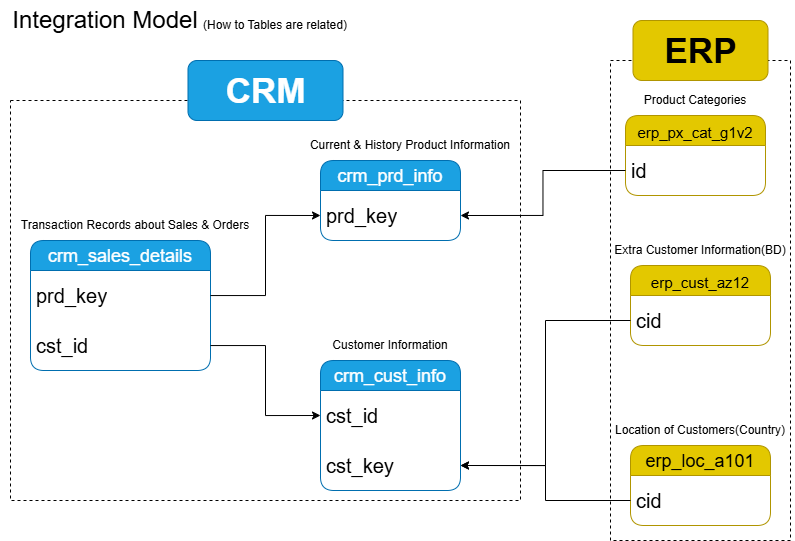
Earlier version of the draw.io export docs/Integration Modil.png (a7med-hatem/sql-data-warehouse-project). Source tidied: cells renumbered, new cells last; positions are measured from the earlier drawing's top-left corner, leaving out a move shared by most shapes. The source it was exported from:
```xml
<mxGraphModel>
  <root>
    <mxCell id="0" />
    <mxCell id="1" parent="0" />
    <mxCell id="2" value="Integration Model" style="text;html=1;whiteSpace=wrap;strokeColor=none;fillColor=none;align=center;verticalAlign=middle;rounded=0;fontSize=24;" parent="1" vertex="1">
      <mxGeometry width="210" height="40" as="geometry" />
    </mxCell>
    <mxCell id="3" value="(How to Tables are related)" style="text;html=1;whiteSpace=wrap;strokeColor=none;fillColor=none;align=center;verticalAlign=middle;rounded=0;" parent="1" vertex="1">
      <mxGeometry x="190" y="10" width="170" height="30" as="geometry" />
    </mxCell>
    <mxCell id="4" value="&lt;font style=&quot;font-size: 18px;&quot;&gt;crm_cust_info&lt;/font&gt;" style="swimlane;fontStyle=0;horizontal=1;startSize=30;whiteSpace=wrap;html=1;fillColor=#1ba1e2;fontColor=#ffffff;strokeColor=#006EAF;fontSize=20;rounded=1;" parent="1" vertex="1">
      <mxGeometry x="320" y="360" width="140" height="130" as="geometry" />
    </mxCell>
    <mxCell id="5" value="cst_id" style="text;strokeColor=none;fillColor=none;align=left;verticalAlign=middle;spacingLeft=4;spacingRight=4;overflow=hidden;points=[[0,0.5],[1,0.5]];portConstraint=eastwest;whiteSpace=wrap;html=1;fontSize=20;rounded=1;" parent="4" vertex="1">
      <mxGeometry y="30" width="140" height="50" as="geometry" />
    </mxCell>
    <mxCell id="6" value="cst_key" style="text;strokeColor=none;fillColor=none;align=left;verticalAlign=middle;spacingLeft=4;spacingRight=4;overflow=hidden;points=[[0,0.5],[1,0.5]];portConstraint=eastwest;whiteSpace=wrap;html=1;fontSize=20;rounded=1;" parent="4" vertex="1">
      <mxGeometry y="80" width="140" height="50" as="geometry" />
    </mxCell>
    <mxCell id="7" value="Customer Information" style="text;html=1;whiteSpace=wrap;strokeColor=none;fillColor=none;align=center;verticalAlign=middle;rounded=0;" parent="1" vertex="1">
      <mxGeometry x="320" y="330" width="140" height="30" as="geometry" />
    </mxCell>
    <mxCell id="8" value="&lt;font style=&quot;font-size: 18px;&quot;&gt;crm_prd_info&lt;/font&gt;" style="swimlane;fontStyle=0;horizontal=1;startSize=30;whiteSpace=wrap;html=1;fillColor=#1ba1e2;fontColor=#ffffff;strokeColor=#006EAF;fontSize=20;rounded=1;" parent="1" vertex="1">
      <mxGeometry x="320" y="160" width="140" height="80" as="geometry" />
    </mxCell>
    <mxCell id="9" value="prd_key" style="text;strokeColor=none;fillColor=none;align=left;verticalAlign=middle;spacingLeft=4;spacingRight=4;overflow=hidden;points=[[0,0.5],[1,0.5]];portConstraint=eastwest;whiteSpace=wrap;html=1;fontSize=20;rounded=1;" parent="8" vertex="1">
      <mxGeometry y="30" width="140" height="50" as="geometry" />
    </mxCell>
    <mxCell id="10" value="Current &amp;amp; History Product Information" style="text;html=1;whiteSpace=wrap;strokeColor=none;fillColor=none;align=center;verticalAlign=middle;rounded=0;" parent="1" vertex="1">
      <mxGeometry x="300" y="130" width="220" height="30" as="geometry" />
    </mxCell>
    <mxCell id="11" value="&lt;font style=&quot;font-size: 18px;&quot;&gt;crm_sales_details&lt;/font&gt;" style="swimlane;fontStyle=0;horizontal=1;startSize=30;whiteSpace=wrap;html=1;fillColor=#1ba1e2;fontColor=#ffffff;strokeColor=#006EAF;fontSize=20;rounded=1;" parent="1" vertex="1">
      <mxGeometry x="30" y="240" width="180" height="130" as="geometry" />
    </mxCell>
    <mxCell id="12" value="prd_key" style="text;strokeColor=none;fillColor=none;align=left;verticalAlign=middle;spacingLeft=4;spacingRight=4;overflow=hidden;points=[[0,0.5],[1,0.5]];portConstraint=eastwest;whiteSpace=wrap;html=1;fontSize=20;rounded=1;" parent="11" vertex="1">
      <mxGeometry y="30" width="180" height="50" as="geometry" />
    </mxCell>
    <mxCell id="13" value="cst_id" style="text;strokeColor=none;fillColor=none;align=left;verticalAlign=middle;spacingLeft=4;spacingRight=4;overflow=hidden;points=[[0,0.5],[1,0.5]];portConstraint=eastwest;whiteSpace=wrap;html=1;fontSize=20;rounded=1;" parent="11" vertex="1">
      <mxGeometry y="80" width="180" height="50" as="geometry" />
    </mxCell>
    <mxCell id="14" value="Transaction Records about Sales &amp;amp; Orders" style="text;html=1;whiteSpace=wrap;strokeColor=none;fillColor=none;align=center;verticalAlign=middle;rounded=0;" parent="1" vertex="1">
      <mxGeometry x="10" y="210" width="250" height="30" as="geometry" />
    </mxCell>
    <mxCell id="15" style="edgeStyle=orthogonalEdgeStyle;rounded=0;jettySize=auto;html=1;entryX=0;entryY=0.5;entryDx=0;entryDy=0;" parent="1" edge="1" source="13" target="5">
      <mxGeometry relative="1" as="geometry" />
    </mxCell>
    <mxCell id="16" style="edgeStyle=orthogonalEdgeStyle;rounded=0;jettySize=auto;html=1;entryX=0;entryY=0.5;entryDx=0;entryDy=0;" parent="1" edge="1" source="12" target="9">
      <mxGeometry relative="1" as="geometry" />
    </mxCell>
    <mxCell id="17" value="&lt;font style=&quot;font-size: 15px;&quot;&gt;erp_cust_az12&lt;/font&gt;" style="swimlane;fontStyle=0;horizontal=1;startSize=30;whiteSpace=wrap;html=1;fillColor=#e3c800;strokeColor=light-dark(#B09500,#E7C800);fontSize=20;rounded=1;fontColor=#000000;" parent="1" vertex="1">
      <mxGeometry x="630" y="265" width="140" height="80" as="geometry" />
    </mxCell>
    <mxCell id="18" value="cid" style="text;strokeColor=none;fillColor=none;align=left;verticalAlign=middle;spacingLeft=4;spacingRight=4;overflow=hidden;points=[[0,0.5],[1,0.5]];portConstraint=eastwest;whiteSpace=wrap;html=1;fontSize=20;rounded=1;" parent="17" vertex="1">
      <mxGeometry y="30" width="140" height="50" as="geometry" />
    </mxCell>
    <mxCell id="19" value="Extra Customer Information(BD)" style="text;html=1;whiteSpace=wrap;strokeColor=none;fillColor=none;align=center;verticalAlign=middle;rounded=0;" parent="1" vertex="1">
      <mxGeometry x="605" y="235" width="190" height="30" as="geometry" />
    </mxCell>
    <mxCell id="20" style="edgeStyle=orthogonalEdgeStyle;rounded=0;jettySize=auto;html=1;entryX=1;entryY=0.5;entryDx=0;entryDy=0;" parent="1" edge="1" source="18" target="6">
      <mxGeometry relative="1" as="geometry" />
    </mxCell>
    <mxCell id="21" value="&lt;font style=&quot;font-size: 18px;&quot;&gt;erp_loc_a101&lt;/font&gt;" style="swimlane;fontStyle=0;horizontal=1;startSize=30;whiteSpace=wrap;html=1;fillColor=#e3c800;strokeColor=light-dark(#B09500,#E7C800);fontSize=20;rounded=1;fontColor=#000000;" parent="1" vertex="1">
      <mxGeometry x="630" y="445" width="140" height="80" as="geometry" />
    </mxCell>
    <mxCell id="22" value="cid" style="text;strokeColor=none;fillColor=none;align=left;verticalAlign=middle;spacingLeft=4;spacingRight=4;overflow=hidden;points=[[0,0.5],[1,0.5]];portConstraint=eastwest;whiteSpace=wrap;html=1;fontSize=20;rounded=1;" parent="21" vertex="1">
      <mxGeometry y="30" width="140" height="50" as="geometry" />
    </mxCell>
    <mxCell id="23" style="edgeStyle=orthogonalEdgeStyle;rounded=0;jettySize=auto;html=1;entryX=1;entryY=0.5;entryDx=0;entryDy=0;" parent="1" edge="1" source="22" target="6">
      <mxGeometry relative="1" as="geometry" />
    </mxCell>
    <mxCell id="24" value="Location of Customers(Country)" style="text;html=1;whiteSpace=wrap;strokeColor=none;fillColor=none;align=center;verticalAlign=middle;rounded=0;" parent="1" vertex="1">
      <mxGeometry x="605" y="415" width="190" height="30" as="geometry" />
    </mxCell>
    <mxCell id="25" value="&lt;font style=&quot;font-size: 15px;&quot;&gt;erp_px_cat_g1v2&lt;/font&gt;" style="swimlane;fontStyle=0;horizontal=1;startSize=30;whiteSpace=wrap;html=1;fillColor=#e3c800;strokeColor=light-dark(#B09500,#E7C800);fontSize=20;rounded=1;fontColor=#000000;" parent="1" vertex="1">
      <mxGeometry x="625" y="115" width="140" height="80" as="geometry" />
    </mxCell>
    <mxCell id="26" value="id" style="text;strokeColor=none;fillColor=none;align=left;verticalAlign=middle;spacingLeft=4;spacingRight=4;overflow=hidden;points=[[0,0.5],[1,0.5]];portConstraint=eastwest;whiteSpace=wrap;html=1;fontSize=20;rounded=1;" parent="25" vertex="1">
      <mxGeometry y="30" width="140" height="50" as="geometry" />
    </mxCell>
    <mxCell id="27" value="Product Categories" style="text;html=1;whiteSpace=wrap;strokeColor=none;fillColor=none;align=center;verticalAlign=middle;rounded=0;" parent="1" vertex="1">
      <mxGeometry x="630" y="85" width="130" height="30" as="geometry" />
    </mxCell>
    <mxCell id="28" style="edgeStyle=orthogonalEdgeStyle;rounded=0;jettySize=auto;html=1;entryX=1;entryY=0.5;entryDx=0;entryDy=0;" parent="1" edge="1" source="26" target="9">
      <mxGeometry relative="1" as="geometry" />
    </mxCell>
    <mxCell id="29" style="rounded=0;whiteSpace=wrap;html=1;fillColor=none;dashed=1;" parent="1" vertex="1">
      <mxGeometry x="10" y="100" width="510" height="400" as="geometry" />
    </mxCell>
    <mxCell id="30" value="CRM" style="rounded=1;whiteSpace=wrap;html=1;fontStyle=1;fontSize=35;fillColor=#1ba1e2;strokeColor=#006EAF;fontColor=#ffffff;" parent="1" vertex="1">
      <mxGeometry x="187.5" y="60" width="155" height="60" as="geometry" />
    </mxCell>
    <mxCell id="31" style="rounded=0;whiteSpace=wrap;html=1;fillColor=none;dashed=1;" parent="1" vertex="1">
      <mxGeometry x="610" y="60" width="180" height="480" as="geometry" />
    </mxCell>
    <mxCell id="32" value="ERP" style="rounded=1;whiteSpace=wrap;html=1;fontStyle=1;fontSize=35;fillColor=#e3c800;fontColor=#000000;strokeColor=#B09500;" parent="1" vertex="1">
      <mxGeometry x="632.5" y="20" width="135" height="60" as="geometry" />
    </mxCell>
  </root>
</mxGraphModel>
```
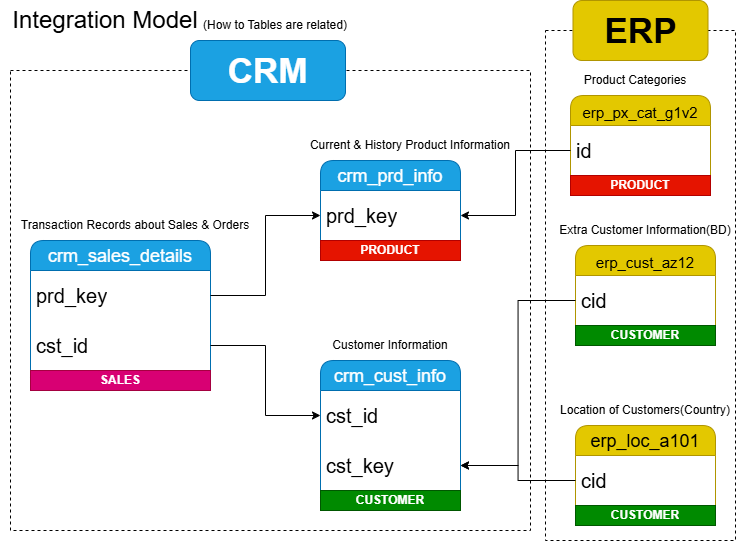
Above is the later version.

Commit message:
Integration Modil Done

Diff of the diagram source:
```diff
@@ -9,7 +9,7 @@
       <mxGeometry x="190" y="10" width="170" height="30" as="geometry" />
     </mxCell>
     <mxCell id="4" value="&lt;font style=&quot;font-size: 18px;&quot;&gt;crm_cust_info&lt;/font&gt;" style="swimlane;fontStyle=0;horizontal=1;startSize=30;whiteSpace=wrap;html=1;fillColor=#1ba1e2;fontColor=#ffffff;strokeColor=#006EAF;fontSize=20;rounded=1;" parent="1" vertex="1">
-      <mxGeometry x="320" y="360" width="140" height="130" as="geometry" />
+      <mxGeometry x="320" y="360" width="140" height="150" as="geometry" />
     </mxCell>
     <mxCell id="5" value="cst_id" style="text;strokeColor=none;fillColor=none;align=left;verticalAlign=middle;spacingLeft=4;spacingRight=4;overflow=hidden;points=[[0,0.5],[1,0.5]];portConstraint=eastwest;whiteSpace=wrap;html=1;fontSize=20;rounded=1;" parent="4" vertex="1">
       <mxGeometry y="30" width="140" height="50" as="geometry" />
@@ -17,20 +17,26 @@
     <mxCell id="6" value="cst_key" style="text;strokeColor=none;fillColor=none;align=left;verticalAlign=middle;spacingLeft=4;spacingRight=4;overflow=hidden;points=[[0,0.5],[1,0.5]];portConstraint=eastwest;whiteSpace=wrap;html=1;fontSize=20;rounded=1;" parent="4" vertex="1">
       <mxGeometry y="80" width="140" height="50" as="geometry" />
     </mxCell>
+    <mxCell id="33" value="CUSTOMER" style="text;html=1;strokeColor=#005700;fillColor=#008a00;align=center;verticalAlign=middle;whiteSpace=wrap;overflow=hidden;fontStyle=1;fontColor=#ffffff;" parent="4" vertex="1">
+      <mxGeometry y="130" width="140" height="20" as="geometry" />
+    </mxCell>
     <mxCell id="7" value="Customer Information" style="text;html=1;whiteSpace=wrap;strokeColor=none;fillColor=none;align=center;verticalAlign=middle;rounded=0;" parent="1" vertex="1">
       <mxGeometry x="320" y="330" width="140" height="30" as="geometry" />
     </mxCell>
     <mxCell id="8" value="&lt;font style=&quot;font-size: 18px;&quot;&gt;crm_prd_info&lt;/font&gt;" style="swimlane;fontStyle=0;horizontal=1;startSize=30;whiteSpace=wrap;html=1;fillColor=#1ba1e2;fontColor=#ffffff;strokeColor=#006EAF;fontSize=20;rounded=1;" parent="1" vertex="1">
-      <mxGeometry x="320" y="160" width="140" height="80" as="geometry" />
+      <mxGeometry x="320" y="160" width="140" height="100" as="geometry" />
     </mxCell>
     <mxCell id="9" value="prd_key" style="text;strokeColor=none;fillColor=none;align=left;verticalAlign=middle;spacingLeft=4;spacingRight=4;overflow=hidden;points=[[0,0.5],[1,0.5]];portConstraint=eastwest;whiteSpace=wrap;html=1;fontSize=20;rounded=1;" parent="8" vertex="1">
       <mxGeometry y="30" width="140" height="50" as="geometry" />
     </mxCell>
+    <mxCell id="34" value="PRODUCT" style="text;html=1;strokeColor=#B20000;fillColor=#e51400;align=center;verticalAlign=middle;whiteSpace=wrap;overflow=hidden;fontColor=#ffffff;fontStyle=1;" parent="8" vertex="1">
+      <mxGeometry y="80" width="140" height="20" as="geometry" />
+    </mxCell>
     <mxCell id="10" value="Current &amp;amp; History Product Information" style="text;html=1;whiteSpace=wrap;strokeColor=none;fillColor=none;align=center;verticalAlign=middle;rounded=0;" parent="1" vertex="1">
       <mxGeometry x="300" y="130" width="220" height="30" as="geometry" />
     </mxCell>
     <mxCell id="11" value="&lt;font style=&quot;font-size: 18px;&quot;&gt;crm_sales_details&lt;/font&gt;" style="swimlane;fontStyle=0;horizontal=1;startSize=30;whiteSpace=wrap;html=1;fillColor=#1ba1e2;fontColor=#ffffff;strokeColor=#006EAF;fontSize=20;rounded=1;" parent="1" vertex="1">
-      <mxGeometry x="30" y="240" width="180" height="130" as="geometry" />
+      <mxGeometry x="30" y="240" width="180" height="150" as="geometry" />
     </mxCell>
     <mxCell id="12" value="prd_key" style="text;strokeColor=none;fillColor=none;align=left;verticalAlign=middle;spacingLeft=4;spacingRight=4;overflow=hidden;points=[[0,0.5],[1,0.5]];portConstraint=eastwest;whiteSpace=wrap;html=1;fontSize=20;rounded=1;" parent="11" vertex="1">
       <mxGeometry y="30" width="180" height="50" as="geometry" />
@@ -38,6 +44,9 @@
     <mxCell id="13" value="cst_id" style="text;strokeColor=none;fillColor=none;align=left;verticalAlign=middle;spacingLeft=4;spacingRight=4;overflow=hidden;points=[[0,0.5],[1,0.5]];portConstraint=eastwest;whiteSpace=wrap;html=1;fontSize=20;rounded=1;" parent="11" vertex="1">
       <mxGeometry y="80" width="180" height="50" as="geometry" />
     </mxCell>
+    <mxCell id="35" value="SALES" style="text;html=1;strokeColor=#A50040;fillColor=#d80073;align=center;verticalAlign=middle;whiteSpace=wrap;overflow=hidden;fontStyle=1;fontColor=#ffffff;" parent="11" vertex="1">
+      <mxGeometry y="130" width="180" height="20" as="geometry" />
+    </mxCell>
     <mxCell id="14" value="Transaction Records about Sales &amp;amp; Orders" style="text;html=1;whiteSpace=wrap;strokeColor=none;fillColor=none;align=center;verticalAlign=middle;rounded=0;" parent="1" vertex="1">
       <mxGeometry x="10" y="210" width="250" height="30" as="geometry" />
     </mxCell>
@@ -48,52 +57,61 @@
       <mxGeometry relative="1" as="geometry" />
     </mxCell>
     <mxCell id="17" value="&lt;font style=&quot;font-size: 15px;&quot;&gt;erp_cust_az12&lt;/font&gt;" style="swimlane;fontStyle=0;horizontal=1;startSize=30;whiteSpace=wrap;html=1;fillColor=#e3c800;strokeColor=light-dark(#B09500,#E7C800);fontSize=20;rounded=1;fontColor=#000000;" parent="1" vertex="1">
-      <mxGeometry x="630" y="265" width="140" height="80" as="geometry" />
+      <mxGeometry x="575" y="245" width="140" height="100" as="geometry" />
     </mxCell>
     <mxCell id="18" value="cid" style="text;strokeColor=none;fillColor=none;align=left;verticalAlign=middle;spacingLeft=4;spacingRight=4;overflow=hidden;points=[[0,0.5],[1,0.5]];portConstraint=eastwest;whiteSpace=wrap;html=1;fontSize=20;rounded=1;" parent="17" vertex="1">
       <mxGeometry y="30" width="140" height="50" as="geometry" />
     </mxCell>
+    <mxCell id="36" value="CUSTOMER" style="text;html=1;strokeColor=#005700;fillColor=#008a00;align=center;verticalAlign=middle;whiteSpace=wrap;overflow=hidden;fontColor=#ffffff;fontStyle=1;" parent="17" vertex="1">
+      <mxGeometry y="80" width="140" height="20" as="geometry" />
+    </mxCell>
     <mxCell id="19" value="Extra Customer Information(BD)" style="text;html=1;whiteSpace=wrap;strokeColor=none;fillColor=none;align=center;verticalAlign=middle;rounded=0;" parent="1" vertex="1">
-      <mxGeometry x="605" y="235" width="190" height="30" as="geometry" />
+      <mxGeometry x="550" y="215" width="190" height="30" as="geometry" />
     </mxCell>
     <mxCell id="20" style="edgeStyle=orthogonalEdgeStyle;rounded=0;jettySize=auto;html=1;entryX=1;entryY=0.5;entryDx=0;entryDy=0;" parent="1" edge="1" source="18" target="6">
       <mxGeometry relative="1" as="geometry" />
     </mxCell>
     <mxCell id="21" value="&lt;font style=&quot;font-size: 18px;&quot;&gt;erp_loc_a101&lt;/font&gt;" style="swimlane;fontStyle=0;horizontal=1;startSize=30;whiteSpace=wrap;html=1;fillColor=#e3c800;strokeColor=light-dark(#B09500,#E7C800);fontSize=20;rounded=1;fontColor=#000000;" parent="1" vertex="1">
-      <mxGeometry x="630" y="445" width="140" height="80" as="geometry" />
+      <mxGeometry x="575" y="425" width="140" height="100" as="geometry" />
     </mxCell>
     <mxCell id="22" value="cid" style="text;strokeColor=none;fillColor=none;align=left;verticalAlign=middle;spacingLeft=4;spacingRight=4;overflow=hidden;points=[[0,0.5],[1,0.5]];portConstraint=eastwest;whiteSpace=wrap;html=1;fontSize=20;rounded=1;" parent="21" vertex="1">
       <mxGeometry y="30" width="140" height="50" as="geometry" />
     </mxCell>
+    <mxCell id="37" value="CUSTOMER" style="text;html=1;strokeColor=#005700;fillColor=#008a00;align=center;verticalAlign=middle;whiteSpace=wrap;overflow=hidden;fontColor=#ffffff;fontStyle=1;" parent="21" vertex="1">
+      <mxGeometry y="80" width="140" height="20" as="geometry" />
+    </mxCell>
     <mxCell id="23" style="edgeStyle=orthogonalEdgeStyle;rounded=0;jettySize=auto;html=1;entryX=1;entryY=0.5;entryDx=0;entryDy=0;" parent="1" edge="1" source="22" target="6">
       <mxGeometry relative="1" as="geometry" />
     </mxCell>
     <mxCell id="24" value="Location of Customers(Country)" style="text;html=1;whiteSpace=wrap;strokeColor=none;fillColor=none;align=center;verticalAlign=middle;rounded=0;" parent="1" vertex="1">
-      <mxGeometry x="605" y="415" width="190" height="30" as="geometry" />
+      <mxGeometry x="550" y="395" width="190" height="30" as="geometry" />
     </mxCell>
     <mxCell id="25" value="&lt;font style=&quot;font-size: 15px;&quot;&gt;erp_px_cat_g1v2&lt;/font&gt;" style="swimlane;fontStyle=0;horizontal=1;startSize=30;whiteSpace=wrap;html=1;fillColor=#e3c800;strokeColor=light-dark(#B09500,#E7C800);fontSize=20;rounded=1;fontColor=#000000;" parent="1" vertex="1">
-      <mxGeometry x="625" y="115" width="140" height="80" as="geometry" />
+      <mxGeometry x="570" y="95" width="140" height="100" as="geometry" />
     </mxCell>
     <mxCell id="26" value="id" style="text;strokeColor=none;fillColor=none;align=left;verticalAlign=middle;spacingLeft=4;spacingRight=4;overflow=hidden;points=[[0,0.5],[1,0.5]];portConstraint=eastwest;whiteSpace=wrap;html=1;fontSize=20;rounded=1;" parent="25" vertex="1">
       <mxGeometry y="30" width="140" height="50" as="geometry" />
     </mxCell>
+    <mxCell id="38" value="PRODUCT" style="text;html=1;align=center;verticalAlign=middle;whiteSpace=wrap;overflow=hidden;fontStyle=1;fillColor=#e51400;fontColor=#ffffff;strokeColor=#B20000;" parent="25" vertex="1">
+      <mxGeometry y="80" width="140" height="20" as="geometry" />
+    </mxCell>
     <mxCell id="27" value="Product Categories" style="text;html=1;whiteSpace=wrap;strokeColor=none;fillColor=none;align=center;verticalAlign=middle;rounded=0;" parent="1" vertex="1">
-      <mxGeometry x="630" y="85" width="130" height="30" as="geometry" />
+      <mxGeometry x="570" y="65" width="130" height="30" as="geometry" />
     </mxCell>
     <mxCell id="28" style="edgeStyle=orthogonalEdgeStyle;rounded=0;jettySize=auto;html=1;entryX=1;entryY=0.5;entryDx=0;entryDy=0;" parent="1" edge="1" source="26" target="9">
       <mxGeometry relative="1" as="geometry" />
     </mxCell>
     <mxCell id="29" style="rounded=0;whiteSpace=wrap;html=1;fillColor=none;dashed=1;" parent="1" vertex="1">
-      <mxGeometry x="10" y="100" width="510" height="400" as="geometry" />
+      <mxGeometry x="10" y="70" width="520" height="460" as="geometry" />
     </mxCell>
     <mxCell id="30" value="CRM" style="rounded=1;whiteSpace=wrap;html=1;fontStyle=1;fontSize=35;fillColor=#1ba1e2;strokeColor=#006EAF;fontColor=#ffffff;" parent="1" vertex="1">
-      <mxGeometry x="187.5" y="60" width="155" height="60" as="geometry" />
+      <mxGeometry x="190" y="40" width="155" height="60" as="geometry" />
     </mxCell>
     <mxCell id="31" style="rounded=0;whiteSpace=wrap;html=1;fillColor=none;dashed=1;" parent="1" vertex="1">
-      <mxGeometry x="610" y="60" width="180" height="480" as="geometry" />
+      <mxGeometry x="545" y="30" width="190" height="510" as="geometry" />
     </mxCell>
     <mxCell id="32" value="ERP" style="rounded=1;whiteSpace=wrap;html=1;fontStyle=1;fontSize=35;fillColor=#e3c800;fontColor=#000000;strokeColor=#B09500;" parent="1" vertex="1">
-      <mxGeometry x="632.5" y="20" width="135" height="60" as="geometry" />
+      <mxGeometry x="572.5" width="135" height="60" as="geometry" />
     </mxCell>
   </root>
 </mxGraphModel>
```
